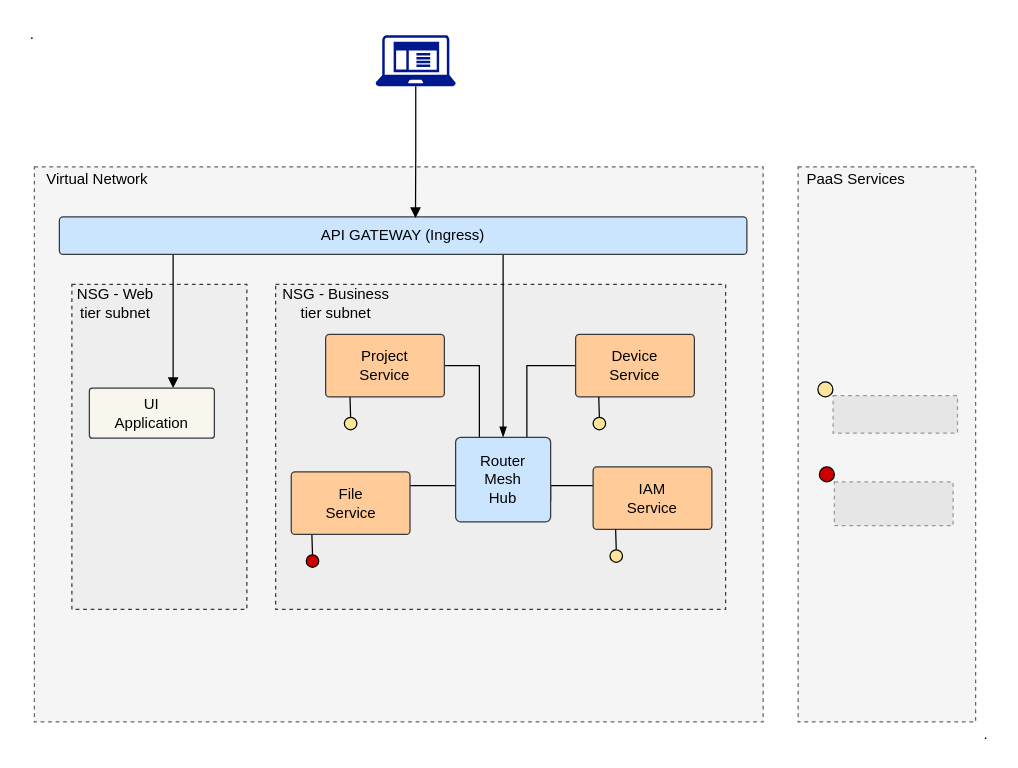
Earlier version of the draw.io diagram page "Architecture" (1 of 4) of _files/High-Level_Design.drawio (aytekinyaliz/ylz-xyz-infra). Source tidied: cells renumbered, new cells numbered last; positions are measured from the earlier drawing's top-left corner, leaving out a move shared by most shapes. Both pictures are drawn from the tidied source at 125%, with x=0, y=0 at pixel (21, 21). Pictures stored in the file or linked from it are replaced by grey dashed boxes.
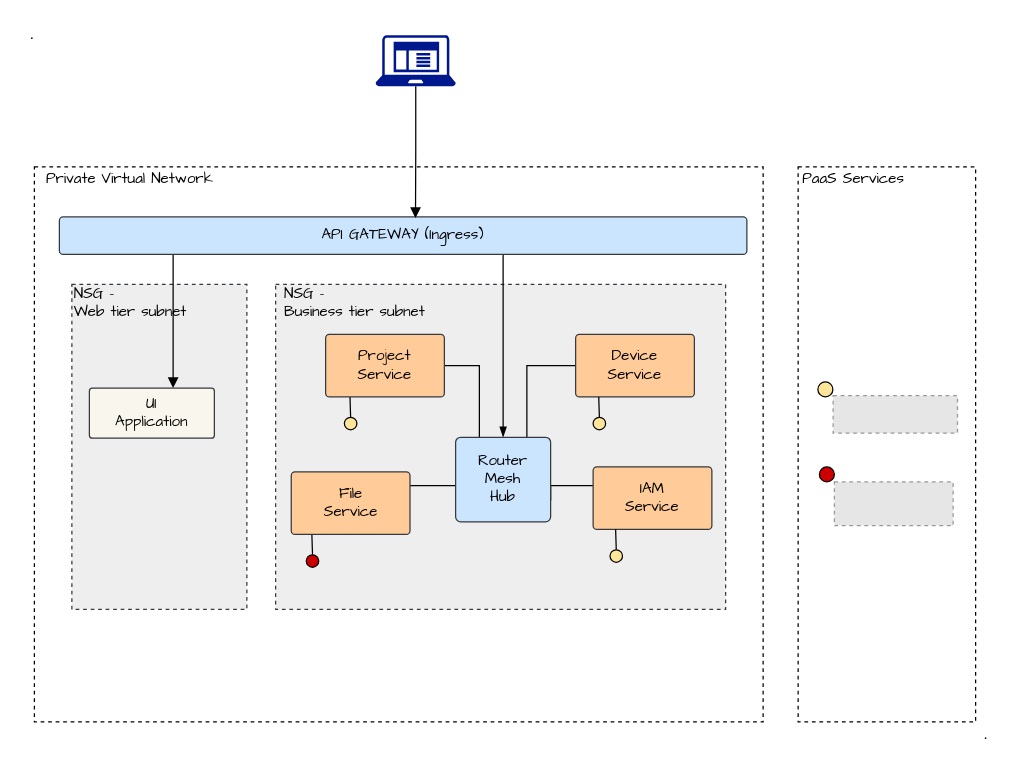
The same page after the edit.

The edit, as a diff of the source:
```diff
@@
-    <mxCell id="2" style="rounded=0;whiteSpace=wrap;html=1;shadow=0;dashed=1;fillColor=#f5f5f5;strokeColor=#666666;fontColor=#333333;arcSize=2;" parent="1" vertex="1">
+    <mxCell id="2" style="rounded=0;whiteSpace=wrap;html=1;shadow=0;dashed=1;arcSize=2;" parent="1" vertex="1">
       <mxGeometry x="10" y="116" width="583" height="444" as="geometry" />
     </mxCell>
@@
-    <mxCell id="5" style="rounded=0;whiteSpace=wrap;html=1;shadow=0;dashed=1;fillColor=#f5f5f5;strokeColor=#666666;fontColor=#333333;arcSize=2;" parent="1" vertex="1">
+    <mxCell id="5" style="rounded=0;whiteSpace=wrap;html=1;shadow=0;dashed=1;arcSize=2;" parent="1" vertex="1">
       <mxGeometry x="621" y="116" width="142" height="444" as="geometry" />
     </mxCell>
-    <mxCell id="6" value="Virtual Network" style="text;html=1;strokeColor=none;fillColor=none;align=center;verticalAlign=middle;whiteSpace=wrap;rounded=0;shadow=1;dashed=1;" parent="1" vertex="1">
-      <mxGeometry x="11.5" y="116" width="97" height="20" as="geometry" />
+    <mxCell id="6" value="Private Virtual Network" style="text;html=1;strokeColor=none;fillColor=none;align=center;verticalAlign=middle;whiteSpace=wrap;rounded=0;shadow=1;dashed=1;fontFamily=Comic Sans MS;" parent="1" vertex="1">
+      <mxGeometry x="11.5" y="116" width="148.5" height="20" as="geometry" />
     </mxCell>
@@
-    <mxCell id="9" value="API GATEWAY (Ingress)" style="rounded=1;whiteSpace=wrap;html=1;shadow=0;fillColor=#cce5ff;strokeColor=#36393d;arcSize=10;" parent="1" vertex="1">
+    <mxCell id="9" value="API GATEWAY (Ingress)" style="rounded=1;whiteSpace=wrap;html=1;shadow=0;fillColor=#cce5ff;strokeColor=#36393d;arcSize=10;fontFamily=Comic Sans MS;" parent="1" vertex="1">
       <mxGeometry x="30" y="156" width="550" height="30" as="geometry" />
     </mxCell>
-    <mxCell id="10" value="UI&lt;br&gt;Application" style="rounded=1;whiteSpace=wrap;html=1;shadow=0;fillColor=#f9f7ed;strokeColor=#36393d;arcSize=6;" parent="1" vertex="1">
+    <mxCell id="10" value="UI&lt;br&gt;Application" style="rounded=1;whiteSpace=wrap;html=1;shadow=0;fillColor=#f9f7ed;strokeColor=#36393d;arcSize=6;fontFamily=Comic Sans MS;" parent="1" vertex="1">
       <mxGeometry x="54" y="293" width="100" height="40" as="geometry" />
     </mxCell>
@@
-    <mxCell id="13" value="PaaS Services" style="text;html=1;strokeColor=none;fillColor=none;align=center;verticalAlign=middle;whiteSpace=wrap;rounded=0;shadow=1;dashed=1;" parent="1" vertex="1">
-      <mxGeometry x="621" y="116" width="93" height="20" as="geometry" />
+    <mxCell id="13" value="PaaS Services" style="text;html=1;strokeColor=none;fillColor=none;align=center;verticalAlign=middle;whiteSpace=wrap;rounded=0;shadow=1;dashed=1;fontFamily=Comic Sans MS;" parent="1" vertex="1">
+      <mxGeometry x="621" y="116" width="89" height="20" as="geometry" />
     </mxCell>
@@
-    <mxCell id="15" value="Device&lt;br&gt;Service" style="rounded=1;whiteSpace=wrap;html=1;shadow=0;fillColor=#ffcc99;strokeColor=#36393d;arcSize=6;" parent="1" vertex="1">
+    <mxCell id="15" value="Device&lt;br&gt;Service" style="rounded=1;whiteSpace=wrap;html=1;shadow=0;fillColor=#ffcc99;strokeColor=#36393d;arcSize=6;fontFamily=Comic Sans MS;" parent="1" vertex="1">
       <mxGeometry x="443" y="250" width="95" height="50" as="geometry" />
     </mxCell>
@@
-    <mxCell id="17" value="IAM&lt;br&gt;Service" style="rounded=1;whiteSpace=wrap;html=1;shadow=0;fillColor=#ffcc99;strokeColor=#36393d;arcSize=6;" parent="1" vertex="1">
+    <mxCell id="17" value="IAM&lt;br&gt;Service" style="rounded=1;whiteSpace=wrap;html=1;shadow=0;fillColor=#ffcc99;strokeColor=#36393d;arcSize=6;fontFamily=Comic Sans MS;" parent="1" vertex="1">
       <mxGeometry x="457" y="356" width="95" height="50" as="geometry" />
     </mxCell>
@@
-    <mxCell id="28" value="File&lt;br&gt;Service" style="rounded=1;whiteSpace=wrap;html=1;shadow=0;fillColor=#ffcc99;strokeColor=#36393d;arcSize=6;" parent="1" vertex="1">
+    <mxCell id="28" value="File&lt;br&gt;Service" style="rounded=1;whiteSpace=wrap;html=1;shadow=0;fillColor=#ffcc99;strokeColor=#36393d;arcSize=6;fontFamily=Comic Sans MS;" parent="1" vertex="1">
       <mxGeometry x="215.5" y="360" width="95" height="50" as="geometry" />
     </mxCell>
@@
-    <mxCell id="31" value="Project&lt;br&gt;Service" style="rounded=1;whiteSpace=wrap;html=1;shadow=0;fillColor=#ffcc99;strokeColor=#36393d;arcSize=6;" parent="1" vertex="1">
+    <mxCell id="31" value="Project&lt;br&gt;Service" style="rounded=1;whiteSpace=wrap;html=1;shadow=0;fillColor=#ffcc99;strokeColor=#36393d;arcSize=6;fontFamily=Comic Sans MS;" parent="1" vertex="1">
       <mxGeometry x="243" y="250" width="95" height="50" as="geometry" />
     </mxCell>
@@
-    <mxCell id="34" value="Router&lt;br&gt;Mesh&lt;br&gt;Hub" style="rounded=1;whiteSpace=wrap;html=1;shadow=0;fillColor=#cce5ff;strokeColor=#36393d;arcSize=6;" parent="1" vertex="1">
+    <mxCell id="34" value="Router&lt;br&gt;Mesh&lt;br&gt;Hub" style="rounded=1;whiteSpace=wrap;html=1;shadow=0;fillColor=#cce5ff;strokeColor=#36393d;arcSize=6;fontFamily=Comic Sans MS;" parent="1" vertex="1">
       <mxGeometry x="347" y="332.3" width="76" height="67.7" as="geometry" />
     </mxCell>
@@
-    <mxCell id="37" value="NSG -&amp;nbsp;Web tier subnet" style="text;html=1;strokeColor=none;fillColor=none;align=center;verticalAlign=middle;whiteSpace=wrap;rounded=0;dashed=1;labelBackgroundColor=none;" parent="1" vertex="1">
-      <mxGeometry x="40" y="210" width="70" height="30" as="geometry" />
+    <mxCell id="37" value="NSG -&amp;nbsp;&lt;br&gt;Web tier subnet" style="text;html=1;strokeColor=none;fillColor=none;align=left;verticalAlign=middle;whiteSpace=wrap;rounded=0;dashed=1;labelBackgroundColor=none;fontFamily=Comic Sans MS;" parent="1" vertex="1">
+      <mxGeometry x="40" y="210" width="100" height="30" as="geometry" />
     </mxCell>
-    <mxCell id="38" value="NSG - Business tier subnet" style="text;html=1;strokeColor=none;fillColor=none;align=center;verticalAlign=middle;whiteSpace=wrap;rounded=0;dashed=1;labelBackgroundColor=none;" parent="1" vertex="1">
-      <mxGeometry x="203" y="210" width="97" height="30" as="geometry" />
+    <mxCell id="38" value="&lt;div style=&quot;text-align: left&quot;&gt;&lt;span&gt;NSG -&amp;nbsp;&lt;/span&gt;&lt;/div&gt;Business tier subnet" style="text;html=1;strokeColor=none;fillColor=none;align=center;verticalAlign=middle;whiteSpace=wrap;rounded=0;dashed=1;labelBackgroundColor=none;fontFamily=Comic Sans MS;" parent="1" vertex="1">
+      <mxGeometry x="203" y="210" width="127" height="30" as="geometry" />
     </mxCell>
```
